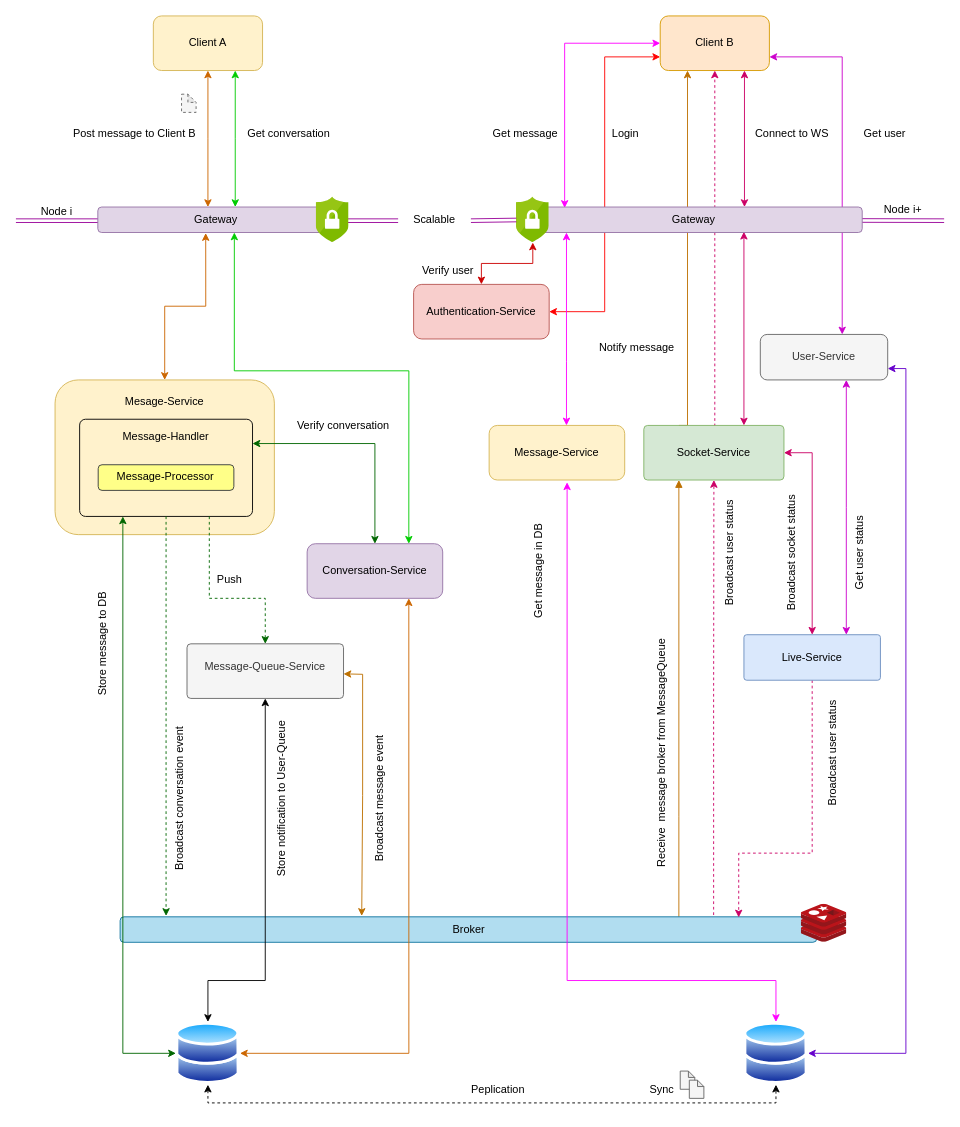
This is design/DataFlow.drawio from phamtuanit/myteam, a draw.io file, before an edit. Source tidied: cells renumbered, new cells numbered last; positions are measured from the earlier drawing's top-left corner, leaving out a move shared by most shapes. Both pictures are drawn from the tidied source at 91%, with x=0, y=0 at pixel (15, 15).
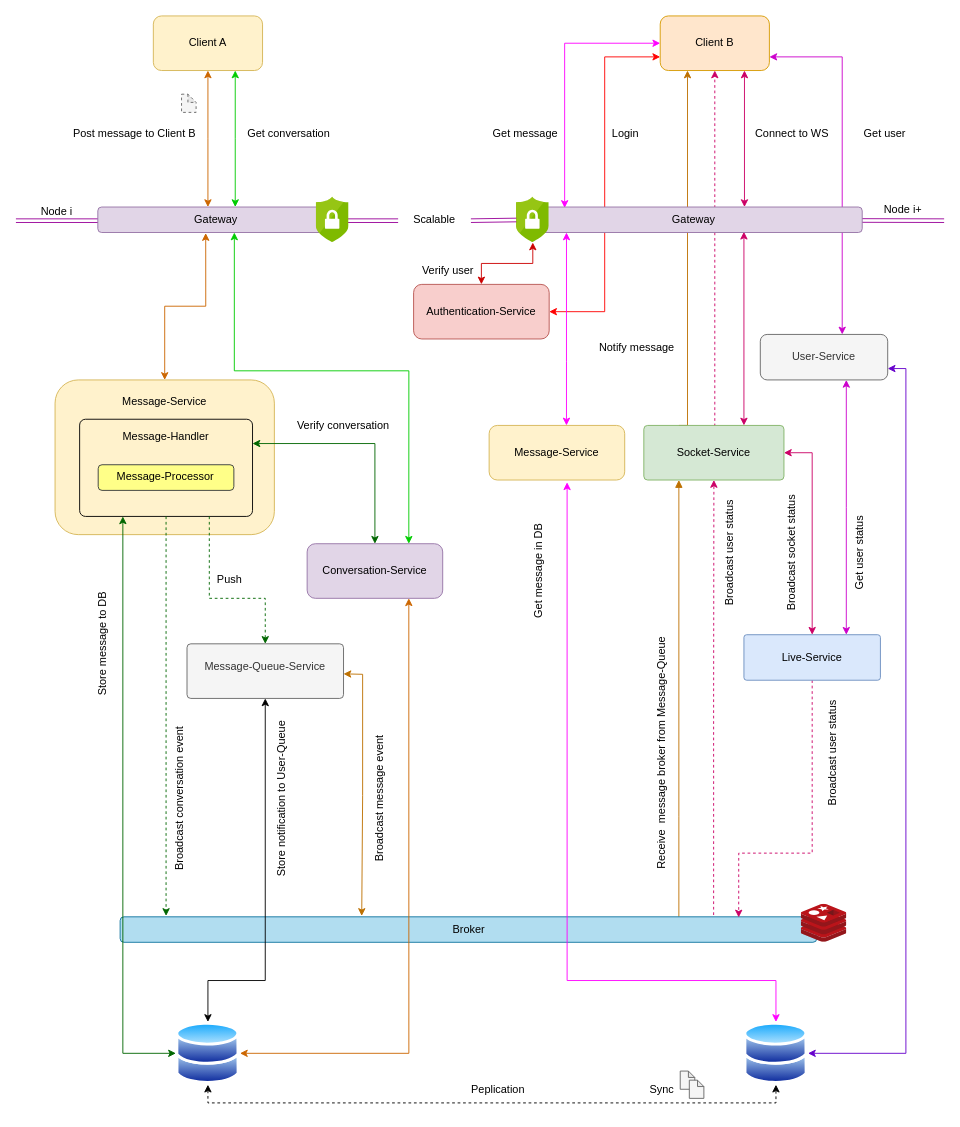
The same diagram, later.

What changed in the source:
```diff
@@
-    <mxCell id="30" value="Receive&amp;nbsp; message broker from MessageQueue" style="text;html=1;strokeColor=none;fillColor=none;align=center;verticalAlign=middle;whiteSpace=wrap;rounded=0;labelBackgroundColor=none;rotation=-90;" parent="1" vertex="1">
+    <mxCell id="30" value="Receive&amp;nbsp; message broker from Message-Queue" style="text;html=1;strokeColor=none;fillColor=none;align=center;verticalAlign=middle;whiteSpace=wrap;rounded=0;labelBackgroundColor=none;rotation=-90;" parent="1" vertex="1">
       <mxGeometry x="570" y="800" width="280" height="20" as="geometry" />
     </mxCell>
@@
-    <mxCell id="53" value="Mesage-Service" style="rounded=1;whiteSpace=wrap;html=1;labelBackgroundColor=none;fillColor=#fff2cc;align=center;strokeColor=#d6b656;verticalAlign=top;spacingTop=10;" parent="1" vertex="1">
+    <mxCell id="53" value="Message-Service" style="rounded=1;whiteSpace=wrap;html=1;labelBackgroundColor=none;fillColor=#fff2cc;align=center;strokeColor=#d6b656;verticalAlign=top;spacingTop=10;" parent="1" vertex="1">
       <mxGeometry x="43" y="400" width="241" height="170" as="geometry" />
     </mxCell>
```
